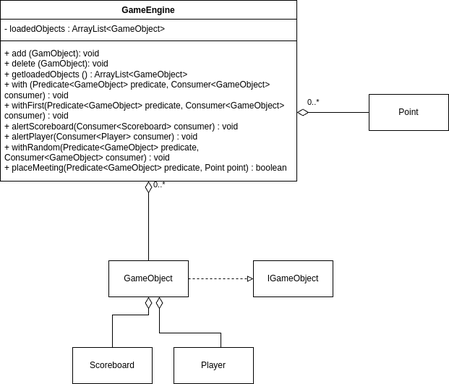
Before: UMLs/UML-3.png, a diagram exported from draw.io (ricardoorodriguess/BurgerMan). Source tidied: cells renumbered, new cells last; positions are measured from the earlier drawing's top-left corner, leaving out a move shared by most shapes.
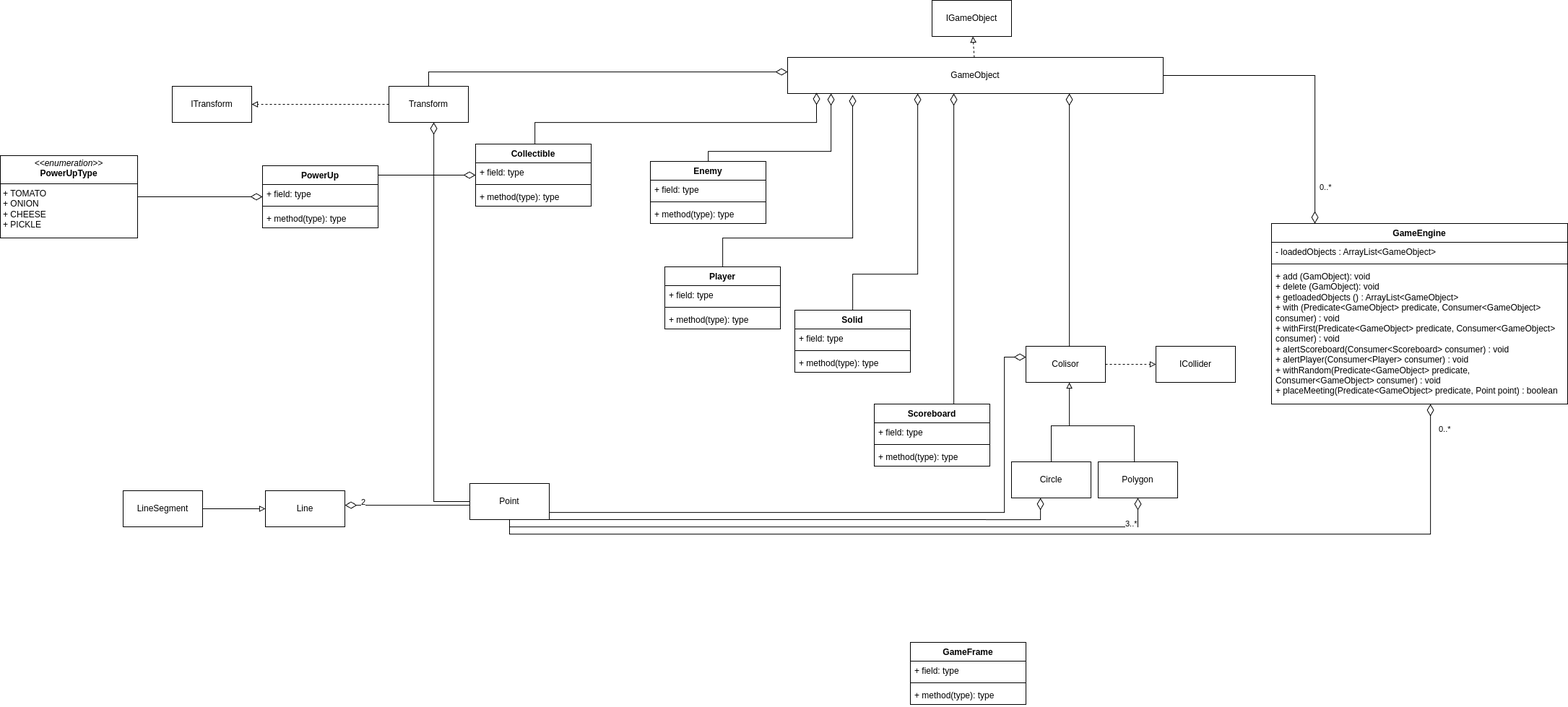
The same diagram one commit later.

Commit message:
updated UML (NOT DONE)

What changed in the source:
```diff
@@ -4,5 +4,78 @@
     <mxCell id="1" parent="0" />
+    <mxCell id="16" value="Polygon" style="html=1;whiteSpace=wrap;" parent="1" vertex="1">
+      <mxGeometry x="620" y="-730" width="110" height="50" as="geometry" />
+    </mxCell>
+    <mxCell id="17" style="endArrow=none;html=1;endSize=12;startArrow=diamondThin;startSize=14;startFill=0;edgeStyle=orthogonalEdgeStyle;align=left;verticalAlign=bottom;rounded=0;endFill=0;" parent="1" edge="1" source="23" target="14">
+      <mxGeometry x="-1" y="3" relative="1" as="geometry">
+        <Array as="points">
+          <mxPoint x="490" y="-875" />
+          <mxPoint x="490" y="-660" />
+        </Array>
+      </mxGeometry>
+    </mxCell>
+    <mxCell id="18" value="3..*" style="endArrow=none;html=1;endSize=12;startArrow=diamondThin;startSize=14;startFill=0;edgeStyle=orthogonalEdgeStyle;align=left;verticalAlign=bottom;rounded=0;endFill=0;" parent="1" edge="1" source="16" target="14">
+      <mxGeometry x="-0.87" y="5" relative="1" as="geometry">
+        <Array as="points">
+          <mxPoint x="675" y="-640" />
+        </Array>
+      </mxGeometry>
+    </mxCell>
+    <mxCell id="19" style="edgeStyle=orthogonalEdgeStyle;rounded=0;jettySize=auto;html=1;endArrow=block;endFill=0;" parent="1" edge="1" source="21" target="20">
+      <mxGeometry relative="1" as="geometry">
+        <Array as="points">
+          <mxPoint x="-570" y="-665" />
+          <mxPoint x="-570" y="-665" />
+        </Array>
+      </mxGeometry>
+    </mxCell>
+    <mxCell id="20" value="Line" style="html=1;whiteSpace=wrap;" parent="1" vertex="1">
+      <mxGeometry x="-533" y="-690" width="110" height="50" as="geometry" />
+    </mxCell>
+    <mxCell id="21" value="LineSegment" style="html=1;whiteSpace=wrap;" parent="1" vertex="1">
+      <mxGeometry x="-730" y="-690" width="110" height="50" as="geometry" />
+    </mxCell>
+    <mxCell id="22" value="Circle" style="html=1;whiteSpace=wrap;" parent="1" vertex="1">
+      <mxGeometry x="500" y="-730" width="110" height="50" as="geometry" />
+    </mxCell>
+    <mxCell id="14" value="Point" style="html=1;whiteSpace=wrap;" parent="1" vertex="1">
+      <mxGeometry x="-250" y="-700" width="110" height="50" as="geometry" />
+    </mxCell>
+    <mxCell id="23" value="Colisor" style="html=1;whiteSpace=wrap;" parent="1" vertex="1">
+      <mxGeometry x="520" y="-890" width="110" height="50" as="geometry" />
+    </mxCell>
+    <mxCell id="24" style="endArrow=block;dashed=1;html=1;rounded=0;startArrow=none;startFill=0;endFill=0;" parent="1" edge="1" source="25" target="26">
+      <mxGeometry relative="1" as="geometry" />
+    </mxCell>
+    <mxCell id="25" value="Transform" style="html=1;whiteSpace=wrap;" parent="1" vertex="1">
+      <mxGeometry x="-362" y="-1250" width="110" height="50" as="geometry" />
+    </mxCell>
+    <mxCell id="26" value="ITransform" style="html=1;whiteSpace=wrap;" parent="1" vertex="1">
+      <mxGeometry x="-662" y="-1250" width="110" height="50" as="geometry" />
+    </mxCell>
     <mxCell id="2" value="IGameObject" style="html=1;whiteSpace=wrap;" parent="1" vertex="1">
-      <mxGeometry x="350" y="360" width="110" height="50" as="geometry" />
+      <mxGeometry x="390" y="-1369" width="110" height="50" as="geometry" />
     </mxCell>
+    <mxCell id="10" value="GameObject" style="html=1;whiteSpace=wrap;" parent="1" vertex="1">
+      <mxGeometry x="190" y="-1290" width="520" height="50" as="geometry" />
+    </mxCell>
+    <mxCell id="27" value="ICollider" style="html=1;whiteSpace=wrap;" parent="1" vertex="1">
+      <mxGeometry x="700" y="-890" width="110" height="50" as="geometry" />
+    </mxCell>
+    <mxCell id="28" style="edgeStyle=orthogonalEdgeStyle;rounded=0;jettySize=auto;html=1;endArrow=block;endFill=0;exitX=0.5;exitY=0;exitDx=0;exitDy=0;" parent="1" edge="1" source="16" target="23">
+      <mxGeometry relative="1" as="geometry">
+        <Array as="points">
+          <mxPoint x="670" y="-730" />
+          <mxPoint x="670" y="-780" />
+          <mxPoint x="580" y="-780" />
+        </Array>
+      </mxGeometry>
+    </mxCell>
+    <mxCell id="29" value="2" style="endArrow=none;html=1;endSize=12;startArrow=diamondThin;startSize=14;startFill=0;edgeStyle=orthogonalEdgeStyle;align=left;verticalAlign=bottom;rounded=0;endFill=0;" parent="1" edge="1" source="20" target="14">
+      <mxGeometry x="-0.75" y="-5" relative="1" as="geometry">
+        <Array as="points">
+          <mxPoint x="-350" y="-670" />
+          <mxPoint x="-350" y="-670" />
+        </Array>
+      </mxGeometry>
+    </mxCell>
     <mxCell id="3" style="endArrow=block;dashed=1;html=1;rounded=0;startArrow=none;startFill=0;endFill=0;" parent="1" edge="1" source="10" target="2">
@@ -10,14 +83,50 @@
     </mxCell>
+    <mxCell id="30" style="endArrow=block;dashed=1;html=1;rounded=0;startArrow=none;startFill=0;endFill=0;" parent="1" edge="1" source="23" target="27">
+      <mxGeometry relative="1" as="geometry" />
+    </mxCell>
     <mxCell id="4" value="0..*" style="endArrow=none;html=1;endSize=12;startArrow=diamondThin;startSize=14;startFill=0;edgeStyle=orthogonalEdgeStyle;align=left;verticalAlign=bottom;rounded=0;endFill=0;" parent="1" edge="1" source="6" target="10">
-      <mxGeometry x="-0.75" y="5" relative="1" as="geometry" />
+      <mxGeometry x="-0.8" y="-5" relative="1" as="geometry">
+        <Array as="points">
+          <mxPoint x="920" y="-1265" />
+        </Array>
+      </mxGeometry>
     </mxCell>
-    <mxCell id="5" style="endArrow=none;html=1;endSize=12;startArrow=diamondThin;startSize=14;startFill=0;edgeStyle=orthogonalEdgeStyle;align=left;verticalAlign=bottom;rounded=0;endFill=0;" parent="1" edge="1" source="10" target="11">
-      <mxGeometry x="-1" y="3" relative="1" as="geometry">
-        <Array as="points">
-          <mxPoint x="205" y="435" />
-        </Array>
-      </mxGeometry>
-    </mxCell>
+    <mxCell id="31" style="edgeStyle=orthogonalEdgeStyle;rounded=0;jettySize=auto;html=1;endArrow=block;endFill=0;exitX=0.5;exitY=0;exitDx=0;exitDy=0;" parent="1" edge="1" source="22" target="23">
+      <mxGeometry relative="1" as="geometry">
+        <Array as="points">
+          <mxPoint x="555" y="-780" />
+          <mxPoint x="580" y="-780" />
+        </Array>
+      </mxGeometry>
+    </mxCell>
+    <mxCell id="32" style="endArrow=none;html=1;endSize=12;startArrow=diamondThin;startSize=14;startFill=0;edgeStyle=orthogonalEdgeStyle;align=left;verticalAlign=bottom;rounded=0;endFill=0;entryX=0.5;entryY=0;entryDx=0;entryDy=0;" parent="1" edge="1" source="10" target="25">
+      <mxGeometry x="-1" y="3" relative="1" as="geometry">
+        <Array as="points">
+          <mxPoint x="-307" y="-1270" />
+        </Array>
+      </mxGeometry>
+    </mxCell>
+    <mxCell id="33" style="endArrow=none;html=1;endSize=12;startArrow=diamondThin;startSize=14;startFill=0;edgeStyle=orthogonalEdgeStyle;align=left;verticalAlign=bottom;rounded=0;endFill=0;entryX=0.5;entryY=0;entryDx=0;entryDy=0;" parent="1" edge="1" source="10" target="23">
+      <mxGeometry x="-1" y="3" relative="1" as="geometry">
+        <Array as="points">
+          <mxPoint x="580" y="-890" />
+        </Array>
+      </mxGeometry>
+    </mxCell>
+    <mxCell id="34" style="endArrow=none;html=1;endSize=12;startArrow=diamondThin;startSize=14;startFill=0;edgeStyle=orthogonalEdgeStyle;align=left;verticalAlign=bottom;rounded=0;endFill=0;" parent="1" edge="1" source="25" target="14">
+      <mxGeometry x="-1" y="3" relative="1" as="geometry">
+        <Array as="points">
+          <mxPoint x="-300" y="-675" />
+        </Array>
+      </mxGeometry>
+    </mxCell>
+    <mxCell id="35" style="endArrow=none;html=1;endSize=12;startArrow=diamondThin;startSize=14;startFill=0;edgeStyle=orthogonalEdgeStyle;align=left;verticalAlign=bottom;rounded=0;endFill=0;" parent="1" edge="1" source="22" target="14">
+      <mxGeometry x="-1" y="3" relative="1" as="geometry">
+        <Array as="points">
+          <mxPoint x="540" y="-650" />
+        </Array>
+      </mxGeometry>
+    </mxCell>
     <mxCell id="6" value="GameEngine" style="swimlane;fontStyle=1;align=center;verticalAlign=top;horizontal=1;startSize=26;whiteSpace=wrap;html=1;" parent="1" vertex="1">
-      <mxGeometry width="410" height="250" as="geometry" />
+      <mxGeometry x="860" y="-1060" width="410" height="250" as="geometry" />
     </mxCell>
@@ -32,25 +141,155 @@
     </mxCell>
-    <mxCell id="10" value="GameObject" style="html=1;whiteSpace=wrap;" parent="1" vertex="1">
-      <mxGeometry x="150" y="360" width="110" height="50" as="geometry" />
-    </mxCell>
+    <mxCell id="36" value="0..*" style="endArrow=none;html=1;endSize=12;startArrow=diamondThin;startSize=14;startFill=0;edgeStyle=orthogonalEdgeStyle;align=left;verticalAlign=bottom;rounded=0;endFill=0;" parent="1" edge="1" source="6" target="14">
+      <mxGeometry x="-0.94" y="10" relative="1" as="geometry">
+        <Array as="points">
+          <mxPoint x="1080" y="-630" />
+        </Array>
+      </mxGeometry>
+    </mxCell>
+    <mxCell id="13" value="Player" style="swimlane;fontStyle=1;align=center;verticalAlign=top;horizontal=1;startSize=26;whiteSpace=wrap;html=1;" parent="1" vertex="1">
+      <mxGeometry x="20" y="-1000" width="160" height="86" as="geometry" />
+    </mxCell>
+    <mxCell id="37" value="+ field: type" style="text;strokeColor=none;fillColor=none;align=left;verticalAlign=top;spacingLeft=4;spacingRight=4;overflow=hidden;whiteSpace=wrap;html=1;" parent="13" vertex="1">
+      <mxGeometry y="26" width="160" height="26" as="geometry" />
+    </mxCell>
+    <mxCell id="38" style="line;strokeWidth=1;fillColor=none;align=left;verticalAlign=middle;spacingTop=-1;spacingLeft=3;spacingRight=3;labelPosition=right;strokeColor=inherit;" parent="13" vertex="1">
+      <mxGeometry y="52" width="160" height="8" as="geometry" />
+    </mxCell>
+    <mxCell id="39" value="+ method(type): type" style="text;strokeColor=none;fillColor=none;align=left;verticalAlign=top;spacingLeft=4;spacingRight=4;overflow=hidden;whiteSpace=wrap;html=1;" parent="13" vertex="1">
+      <mxGeometry y="60" width="160" height="26" as="geometry" />
+    </mxCell>
+    <mxCell id="40" value="Enemy" style="swimlane;fontStyle=1;align=center;verticalAlign=top;horizontal=1;startSize=26;whiteSpace=wrap;html=1;" parent="1" vertex="1">
+      <mxGeometry y="-1146" width="160" height="86" as="geometry" />
+    </mxCell>
+    <mxCell id="41" value="+ field: type" style="text;strokeColor=none;fillColor=none;align=left;verticalAlign=top;spacingLeft=4;spacingRight=4;overflow=hidden;whiteSpace=wrap;html=1;" parent="40" vertex="1">
+      <mxGeometry y="26" width="160" height="26" as="geometry" />
+    </mxCell>
+    <mxCell id="42" style="line;strokeWidth=1;fillColor=none;align=left;verticalAlign=middle;spacingTop=-1;spacingLeft=3;spacingRight=3;labelPosition=right;strokeColor=inherit;" parent="40" vertex="1">
+      <mxGeometry y="52" width="160" height="8" as="geometry" />
+    </mxCell>
+    <mxCell id="43" value="+ method(type): type" style="text;strokeColor=none;fillColor=none;align=left;verticalAlign=top;spacingLeft=4;spacingRight=4;overflow=hidden;whiteSpace=wrap;html=1;" parent="40" vertex="1">
+      <mxGeometry y="60" width="160" height="26" as="geometry" />
+    </mxCell>
+    <mxCell id="44" value="Collectible" style="swimlane;fontStyle=1;align=center;verticalAlign=top;horizontal=1;startSize=26;whiteSpace=wrap;html=1;" parent="1" vertex="1">
+      <mxGeometry x="-242" y="-1170" width="160" height="86" as="geometry" />
+    </mxCell>
+    <mxCell id="45" value="+ field: type" style="text;strokeColor=none;fillColor=none;align=left;verticalAlign=top;spacingLeft=4;spacingRight=4;overflow=hidden;whiteSpace=wrap;html=1;" parent="44" vertex="1">
+      <mxGeometry y="26" width="160" height="26" as="geometry" />
+    </mxCell>
+    <mxCell id="46" style="line;strokeWidth=1;fillColor=none;align=left;verticalAlign=middle;spacingTop=-1;spacingLeft=3;spacingRight=3;labelPosition=right;strokeColor=inherit;" parent="44" vertex="1">
+      <mxGeometry y="52" width="160" height="8" as="geometry" />
+    </mxCell>
+    <mxCell id="47" value="+ method(type): type" style="text;strokeColor=none;fillColor=none;align=left;verticalAlign=top;spacingLeft=4;spacingRight=4;overflow=hidden;whiteSpace=wrap;html=1;" parent="44" vertex="1">
+      <mxGeometry y="60" width="160" height="26" as="geometry" />
+    </mxCell>
+    <mxCell id="48" value="GameFrame" style="swimlane;fontStyle=1;align=center;verticalAlign=top;horizontal=1;startSize=26;whiteSpace=wrap;html=1;" parent="1" vertex="1">
+      <mxGeometry x="360" y="-480" width="160" height="86" as="geometry" />
+    </mxCell>
+    <mxCell id="49" value="+ field: type" style="text;strokeColor=none;fillColor=none;align=left;verticalAlign=top;spacingLeft=4;spacingRight=4;overflow=hidden;whiteSpace=wrap;html=1;" parent="48" vertex="1">
+      <mxGeometry y="26" width="160" height="26" as="geometry" />
+    </mxCell>
+    <mxCell id="50" style="line;strokeWidth=1;fillColor=none;align=left;verticalAlign=middle;spacingTop=-1;spacingLeft=3;spacingRight=3;labelPosition=right;strokeColor=inherit;" parent="48" vertex="1">
+      <mxGeometry y="52" width="160" height="8" as="geometry" />
+    </mxCell>
+    <mxCell id="51" value="+ method(type): type" style="text;strokeColor=none;fillColor=none;align=left;verticalAlign=top;spacingLeft=4;spacingRight=4;overflow=hidden;whiteSpace=wrap;html=1;" parent="48" vertex="1">
+      <mxGeometry y="60" width="160" height="26" as="geometry" />
+    </mxCell>
+    <mxCell id="52" value="PowerUp" style="swimlane;fontStyle=1;align=center;verticalAlign=top;horizontal=1;startSize=26;whiteSpace=wrap;html=1;" parent="1" vertex="1">
+      <mxGeometry x="-537" y="-1140" width="160" height="86" as="geometry" />
+    </mxCell>
+    <mxCell id="53" value="+ field: type" style="text;strokeColor=none;fillColor=none;align=left;verticalAlign=top;spacingLeft=4;spacingRight=4;overflow=hidden;whiteSpace=wrap;html=1;" parent="52" vertex="1">
+      <mxGeometry y="26" width="160" height="26" as="geometry" />
+    </mxCell>
+    <mxCell id="54" style="line;strokeWidth=1;fillColor=none;align=left;verticalAlign=middle;spacingTop=-1;spacingLeft=3;spacingRight=3;labelPosition=right;strokeColor=inherit;" parent="52" vertex="1">
+      <mxGeometry y="52" width="160" height="8" as="geometry" />
+    </mxCell>
+    <mxCell id="55" value="+ method(type): type" style="text;strokeColor=none;fillColor=none;align=left;verticalAlign=top;spacingLeft=4;spacingRight=4;overflow=hidden;whiteSpace=wrap;html=1;" parent="52" vertex="1">
+      <mxGeometry y="60" width="160" height="26" as="geometry" />
+    </mxCell>
+    <mxCell id="56" value="&lt;p style=&quot;margin:0px;margin-top:4px;text-align:center;&quot;&gt;&lt;i&gt;&amp;lt;&amp;lt;enumeration&amp;gt;&amp;gt;&lt;/i&gt;&lt;br&gt;&lt;b&gt;PowerUpType&lt;/b&gt;&lt;/p&gt;&lt;hr size=&quot;1&quot; style=&quot;border-style:solid;&quot;&gt;&lt;p style=&quot;margin:0px;margin-left:4px;&quot;&gt;+&amp;nbsp;TOMATO&lt;/p&gt;&lt;p style=&quot;margin:0px;margin-left:4px;&quot;&gt;+&amp;nbsp;ONION&lt;/p&gt;&lt;p style=&quot;margin:0px;margin-left:4px;&quot;&gt;+&amp;nbsp;CHEESE&lt;/p&gt;&lt;p style=&quot;margin:0px;margin-left:4px;&quot;&gt;+&amp;nbsp;PICKLE&lt;/p&gt;" style="verticalAlign=top;align=left;overflow=fill;html=1;whiteSpace=wrap;" parent="1" vertex="1">
+      <mxGeometry x="-900" y="-1154" width="190" height="114" as="geometry" />
+    </mxCell>
-    <mxCell id="11" value="Scoreboard" style="html=1;whiteSpace=wrap;" parent="1" vertex="1">
-      <mxGeometry x="100" y="480" width="110" height="50" as="geometry" />
+    <mxCell id="11" value="Scoreboard" style="swimlane;fontStyle=1;align=center;verticalAlign=top;horizontal=1;startSize=26;whiteSpace=wrap;html=1;" parent="1" vertex="1">
+      <mxGeometry x="310" y="-810" width="160" height="86" as="geometry" />
     </mxCell>
-    <mxCell id="12" style="endArrow=none;html=1;endSize=12;startArrow=diamondThin;startSize=14;startFill=0;edgeStyle=orthogonalEdgeStyle;align=left;verticalAlign=bottom;rounded=0;endFill=0;" parent="1" edge="1" source="10" target="13">
-      <mxGeometry x="-1" y="3" relative="1" as="geometry">
-        <Array as="points">
-          <mxPoint x="220" y="460" />
-          <mxPoint x="305" y="460" />
-        </Array>
-      </mxGeometry>
-    </mxCell>
-    <mxCell id="13" value="Player" style="html=1;whiteSpace=wrap;" parent="1" vertex="1">
-      <mxGeometry x="240" y="480" width="110" height="50" as="geometry" />
-    </mxCell>
-    <mxCell id="14" value="Point" style="html=1;whiteSpace=wrap;" parent="1" vertex="1">
-      <mxGeometry x="510" y="130" width="110" height="50" as="geometry" />
-    </mxCell>
-    <mxCell id="15" value="0..*" style="endArrow=none;html=1;endSize=12;startArrow=diamondThin;startSize=14;startFill=0;edgeStyle=orthogonalEdgeStyle;align=left;verticalAlign=bottom;rounded=0;endFill=0;" parent="1" edge="1" source="9" target="14">
-      <mxGeometry x="-0.75" y="5" relative="1" as="geometry" />
-    </mxCell>
+    <mxCell id="57" value="+ field: type" style="text;strokeColor=none;fillColor=none;align=left;verticalAlign=top;spacingLeft=4;spacingRight=4;overflow=hidden;whiteSpace=wrap;html=1;" parent="11" vertex="1">
+      <mxGeometry y="26" width="160" height="26" as="geometry" />
+    </mxCell>
+    <mxCell id="58" style="line;strokeWidth=1;fillColor=none;align=left;verticalAlign=middle;spacingTop=-1;spacingLeft=3;spacingRight=3;labelPosition=right;strokeColor=inherit;" parent="11" vertex="1">
+      <mxGeometry y="52" width="160" height="8" as="geometry" />
+    </mxCell>
+    <mxCell id="59" value="+ method(type): type" style="text;strokeColor=none;fillColor=none;align=left;verticalAlign=top;spacingLeft=4;spacingRight=4;overflow=hidden;whiteSpace=wrap;html=1;" parent="11" vertex="1">
+      <mxGeometry y="60" width="160" height="26" as="geometry" />
+    </mxCell>
+    <mxCell id="60" value="Solid" style="swimlane;fontStyle=1;align=center;verticalAlign=top;horizontal=1;startSize=26;whiteSpace=wrap;html=1;" parent="1" vertex="1">
+      <mxGeometry x="200" y="-940" width="160" height="86" as="geometry" />
+    </mxCell>
+    <mxCell id="61" value="+ field: type" style="text;strokeColor=none;fillColor=none;align=left;verticalAlign=top;spacingLeft=4;spacingRight=4;overflow=hidden;whiteSpace=wrap;html=1;" parent="60" vertex="1">
+      <mxGeometry y="26" width="160" height="26" as="geometry" />
+    </mxCell>
+    <mxCell id="62" style="line;strokeWidth=1;fillColor=none;align=left;verticalAlign=middle;spacingTop=-1;spacingLeft=3;spacingRight=3;labelPosition=right;strokeColor=inherit;" parent="60" vertex="1">
+      <mxGeometry y="52" width="160" height="8" as="geometry" />
+    </mxCell>
+    <mxCell id="63" value="+ method(type): type" style="text;strokeColor=none;fillColor=none;align=left;verticalAlign=top;spacingLeft=4;spacingRight=4;overflow=hidden;whiteSpace=wrap;html=1;" parent="60" vertex="1">
+      <mxGeometry y="60" width="160" height="26" as="geometry" />
+    </mxCell>
+    <mxCell id="64" style="endArrow=none;html=1;endSize=12;startArrow=diamondThin;startSize=14;startFill=0;edgeStyle=orthogonalEdgeStyle;align=left;verticalAlign=bottom;rounded=0;endFill=0;" parent="1" edge="1" target="44">
+      <mxGeometry x="-1" y="3" relative="1" as="geometry">
+        <mxPoint x="230" y="-1241" as="sourcePoint" />
+        <Array as="points">
+          <mxPoint x="230" y="-1200" />
+          <mxPoint x="-160" y="-1200" />
+        </Array>
+      </mxGeometry>
+    </mxCell>
+    <mxCell id="65" style="endArrow=none;html=1;endSize=12;startArrow=diamondThin;startSize=14;startFill=0;edgeStyle=orthogonalEdgeStyle;align=left;verticalAlign=bottom;rounded=0;endFill=0;" parent="1" edge="1" source="10" target="40">
+      <mxGeometry x="-1" y="3" relative="1" as="geometry">
+        <Array as="points">
+          <mxPoint x="250" y="-1160" />
+          <mxPoint x="80" y="-1160" />
+        </Array>
+      </mxGeometry>
+    </mxCell>
+    <mxCell id="66" style="endArrow=none;html=1;endSize=12;startArrow=diamondThin;startSize=14;startFill=0;edgeStyle=orthogonalEdgeStyle;align=left;verticalAlign=bottom;rounded=0;endFill=0;" parent="1" edge="1" target="13">
+      <mxGeometry x="-1" y="3" relative="1" as="geometry">
+        <mxPoint x="280" y="-1238" as="sourcePoint" />
+        <Array as="points">
+          <mxPoint x="280" y="-1238" />
+          <mxPoint x="280" y="-1040" />
+          <mxPoint x="100" y="-1040" />
+        </Array>
+      </mxGeometry>
+    </mxCell>
+    <mxCell id="67" style="endArrow=none;html=1;endSize=12;startArrow=diamondThin;startSize=14;startFill=0;edgeStyle=orthogonalEdgeStyle;align=left;verticalAlign=bottom;rounded=0;endFill=0;" parent="1" edge="1" source="44" target="52">
+      <mxGeometry x="-1" y="3" relative="1" as="geometry">
+        <Array as="points">
+          <mxPoint x="-90" y="-1127" />
+          <mxPoint x="-90" y="-1127" />
+        </Array>
+      </mxGeometry>
+    </mxCell>
+    <mxCell id="68" style="endArrow=none;html=1;endSize=12;startArrow=diamondThin;startSize=14;startFill=0;edgeStyle=orthogonalEdgeStyle;align=left;verticalAlign=bottom;rounded=0;endFill=0;" parent="1" edge="1" source="52" target="56">
+      <mxGeometry x="-1" y="3" relative="1" as="geometry">
+        <Array as="points">
+          <mxPoint x="-612" y="-1097" />
+          <mxPoint x="-612" y="-1097" />
+        </Array>
+      </mxGeometry>
+    </mxCell>
+    <mxCell id="5" style="endArrow=none;html=1;endSize=12;startArrow=diamondThin;startSize=14;startFill=0;edgeStyle=orthogonalEdgeStyle;align=left;verticalAlign=bottom;rounded=0;endFill=0;" parent="1" edge="1" source="10" target="11">
+      <mxGeometry x="-1" y="3" relative="1" as="geometry">
+        <Array as="points">
+          <mxPoint x="420" y="-1070" />
+          <mxPoint x="420" y="-1070" />
+        </Array>
+      </mxGeometry>
+    </mxCell>
+    <mxCell id="69" style="endArrow=none;html=1;endSize=12;startArrow=diamondThin;startSize=14;startFill=0;edgeStyle=orthogonalEdgeStyle;align=left;verticalAlign=bottom;rounded=0;endFill=0;" parent="1" edge="1" source="10" target="60">
+      <mxGeometry x="-1" y="3" relative="1" as="geometry">
+        <Array as="points">
+          <mxPoint x="370" y="-990" />
+          <mxPoint x="280" y="-990" />
+        </Array>
+      </mxGeometry>
+    </mxCell>
   </root>
```
